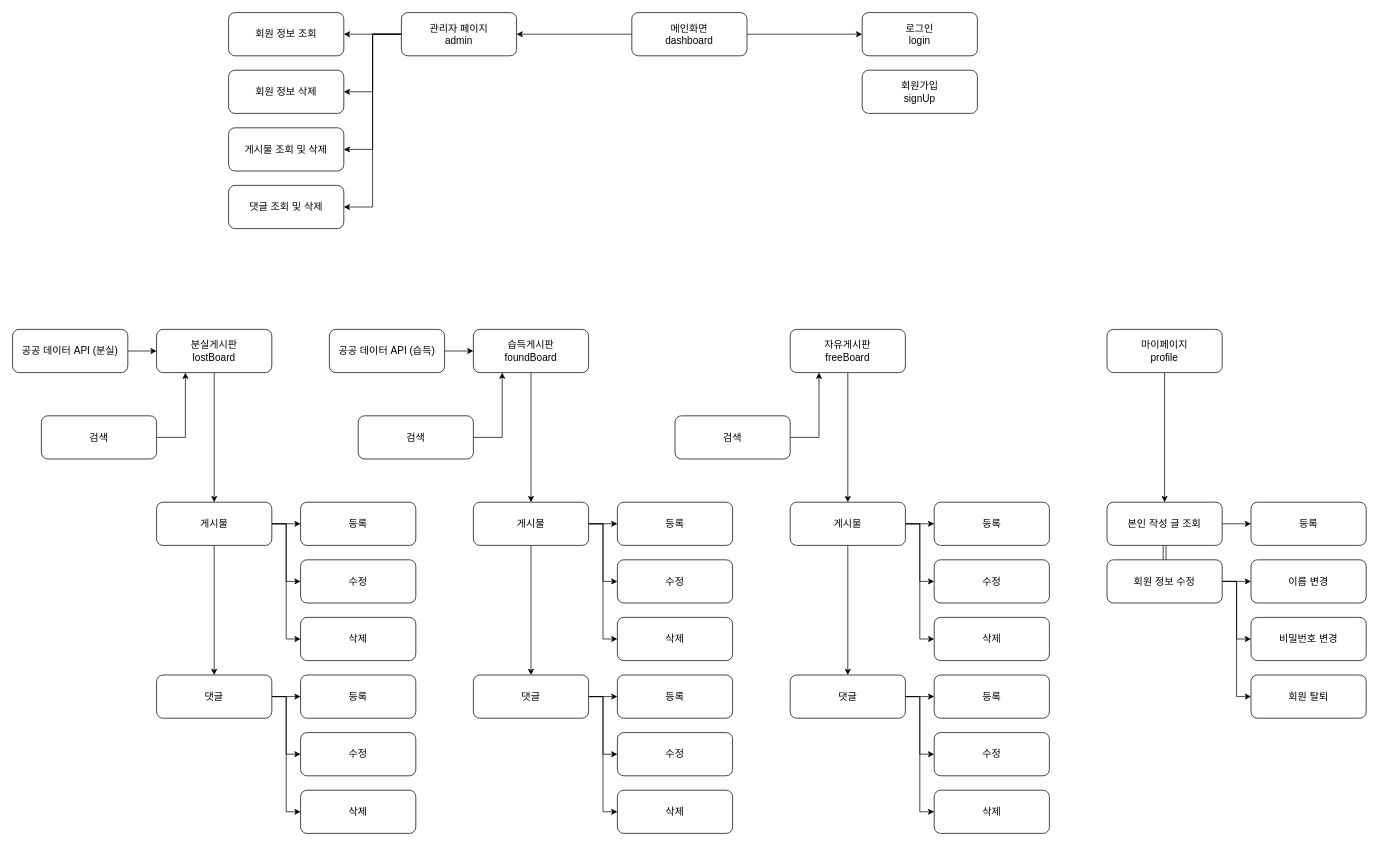
This is storyBoard.drawio from prnsslcn/lostAndFound, a draw.io file, before an edit. Source tidied: cells renumbered, new cells numbered last; positions are measured from the earlier drawing's top-left corner, leaving out a move shared by most shapes. Both pictures are drawn from the tidied source at 72%, with x=0, y=0 at pixel (12, 12).
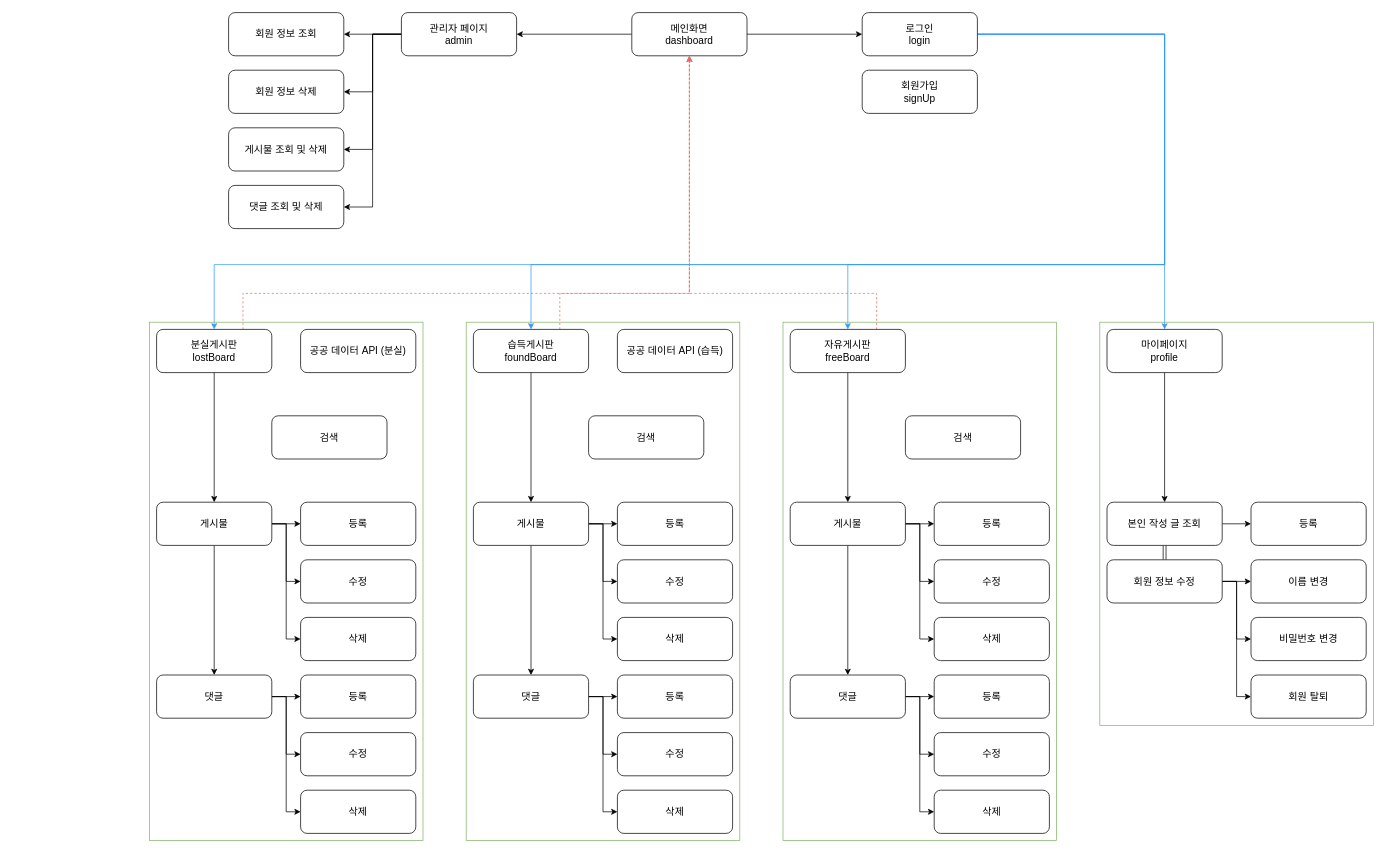
Above is the later version.

The change refers to these unchanged cells:
```xml
<mxCell id="4" value="&lt;font style=&quot;font-size: 14px;&quot;&gt;메인화면&lt;/font&gt;&lt;div&gt;&lt;font style=&quot;font-size: 14px;&quot;&gt;dashboard&lt;/font&gt;&lt;/div&gt;" style="rounded=1;whiteSpace=wrap;html=1;" parent="1" vertex="1">
  <mxGeometry x="860" width="160" height="60" as="geometry" />
</mxCell>
<mxCell id="14" value="&lt;span style=&quot;font-size: 14px;&quot;&gt;로그인&lt;/span&gt;&lt;div&gt;&lt;span style=&quot;font-size: 14px;&quot;&gt;login&lt;/span&gt;&lt;/div&gt;" style="rounded=1;whiteSpace=wrap;html=1;" parent="1" vertex="1">
  <mxGeometry x="1180" width="160" height="60" as="geometry" />
</mxCell>
<mxCell id="17" value="&lt;span style=&quot;font-size: 14px;&quot;&gt;분실게시판&lt;/span&gt;&lt;div&gt;&lt;span style=&quot;font-size: 14px;&quot;&gt;lostBoard&lt;/span&gt;&lt;/div&gt;" style="rounded=1;whiteSpace=wrap;html=1;" parent="1" vertex="1">
  <mxGeometry x="200" y="440" width="160" height="60" as="geometry" />
</mxCell>
<mxCell id="34" value="&lt;span style=&quot;font-size: 14px;&quot;&gt;습득게시판&lt;/span&gt;&lt;div&gt;&lt;span style=&quot;font-size: 14px;&quot;&gt;foundBoard&lt;/span&gt;&lt;/div&gt;" style="rounded=1;whiteSpace=wrap;html=1;" parent="1" vertex="1">
  <mxGeometry x="640" y="440" width="160" height="60" as="geometry" />
</mxCell>
<mxCell id="51" value="&lt;span style=&quot;font-size: 14px;&quot;&gt;자유게시판&lt;/span&gt;&lt;div&gt;&lt;span style=&quot;font-size: 14px;&quot;&gt;freeBoard&lt;/span&gt;&lt;/div&gt;" style="rounded=1;whiteSpace=wrap;html=1;" parent="1" vertex="1">
  <mxGeometry x="1080" y="440" width="160" height="60" as="geometry" />
</mxCell>
<mxCell id="78" value="&lt;span style=&quot;font-size: 14px;&quot;&gt;마이페이지&lt;/span&gt;&lt;div&gt;&lt;span style=&quot;font-size: 14px;&quot;&gt;profile&lt;/span&gt;&lt;/div&gt;" style="rounded=1;whiteSpace=wrap;html=1;" parent="1" vertex="1">
  <mxGeometry x="1520" y="440" width="160" height="60" as="geometry" />
</mxCell>
```

The edit, as a diff of the source:
```diff
@@
+    <mxCell id="90" style="edgeStyle=orthogonalEdgeStyle;rounded=0;jettySize=auto;html=1;exitX=1;exitY=0.5;exitDx=0;exitDy=0;entryX=0.5;entryY=0;entryDx=0;entryDy=0;strokeColor=#3399FF;" parent="1" edge="1" source="14" target="78">
+      <mxGeometry relative="1" as="geometry" />
+    </mxCell>
+    <mxCell id="91" style="edgeStyle=orthogonalEdgeStyle;rounded=0;jettySize=auto;html=1;exitX=1;exitY=0.5;exitDx=0;exitDy=0;entryX=0.5;entryY=0;entryDx=0;entryDy=0;strokeColor=#3399FF;" parent="1" edge="1" source="14" target="51">
+      <mxGeometry relative="1" as="geometry">
+        <Array as="points">
+          <mxPoint x="1600" y="30" />
+          <mxPoint x="1600" y="350" />
+          <mxPoint x="1160" y="350" />
+        </Array>
+      </mxGeometry>
+    </mxCell>
+    <mxCell id="92" style="edgeStyle=orthogonalEdgeStyle;rounded=0;jettySize=auto;html=1;exitX=1;exitY=0.5;exitDx=0;exitDy=0;entryX=0.5;entryY=0;entryDx=0;entryDy=0;strokeColor=#3399FF;" parent="1" edge="1" source="14" target="34">
+      <mxGeometry relative="1" as="geometry">
+        <Array as="points">
+          <mxPoint x="1600" y="30" />
+          <mxPoint x="1600" y="350" />
+          <mxPoint x="720" y="350" />
+        </Array>
+      </mxGeometry>
+    </mxCell>
+    <mxCell id="93" style="edgeStyle=orthogonalEdgeStyle;rounded=0;jettySize=auto;html=1;exitX=1;exitY=0.5;exitDx=0;exitDy=0;entryX=0.5;entryY=0;entryDx=0;entryDy=0;strokeColor=#3399FF;" parent="1" edge="1" source="14" target="17">
+      <mxGeometry relative="1" as="geometry">
+        <Array as="points">
+          <mxPoint x="1600" y="30" />
+          <mxPoint x="1600" y="350" />
+          <mxPoint x="280" y="350" />
+        </Array>
+      </mxGeometry>
+    </mxCell>
@@
+    <mxCell id="94" style="edgeStyle=orthogonalEdgeStyle;rounded=0;jettySize=auto;html=1;exitX=0.75;exitY=0;exitDx=0;exitDy=0;entryX=0.5;entryY=1;entryDx=0;entryDy=0;dashed=1;strokeColor=#EA6B66;" parent="1" edge="1" source="17" target="4">
+      <mxGeometry relative="1" as="geometry">
+        <Array as="points">
+          <mxPoint x="320" y="390" />
+          <mxPoint x="940" y="390" />
+        </Array>
+      </mxGeometry>
+    </mxCell>
@@
+    <mxCell id="95" style="edgeStyle=orthogonalEdgeStyle;rounded=0;jettySize=auto;html=1;exitX=0.75;exitY=0;exitDx=0;exitDy=0;entryX=0.5;entryY=1;entryDx=0;entryDy=0;dashed=1;strokeColor=#EA6B66;" parent="1" edge="1" source="34" target="4">
+      <mxGeometry relative="1" as="geometry">
+        <Array as="points">
+          <mxPoint x="760" y="390" />
+          <mxPoint x="940" y="390" />
+        </Array>
+      </mxGeometry>
+    </mxCell>
@@
+    <mxCell id="96" style="edgeStyle=orthogonalEdgeStyle;rounded=0;jettySize=auto;html=1;exitX=0.75;exitY=0;exitDx=0;exitDy=0;entryX=0.5;entryY=1;entryDx=0;entryDy=0;dashed=1;strokeColor=#EA6B66;" parent="1" edge="1" source="51" target="4">
+      <mxGeometry relative="1" as="geometry">
+        <Array as="points">
+          <mxPoint x="1200" y="390" />
+          <mxPoint x="940" y="390" />
+        </Array>
+      </mxGeometry>
+    </mxCell>
@@
-    <mxCell id="67" style="edgeStyle=orthogonalEdgeStyle;rounded=0;jettySize=auto;html=1;exitX=1;exitY=0.5;exitDx=0;exitDy=0;entryX=0;entryY=0.5;entryDx=0;entryDy=0;" parent="1" edge="1" source="68" target="17">
-      <mxGeometry relative="1" as="geometry" />
-    </mxCell>
     <mxCell id="68" value="&lt;span style=&quot;font-size: 14px;&quot;&gt;공공 데이터 API (분실)&lt;/span&gt;" style="rounded=1;whiteSpace=wrap;html=1;" parent="1" vertex="1">
-      <mxGeometry y="440" width="160" height="60" as="geometry" />
+      <mxGeometry x="400" y="440" width="160" height="60" as="geometry" />
     </mxCell>
-    <mxCell id="69" style="edgeStyle=orthogonalEdgeStyle;rounded=0;jettySize=auto;html=1;exitX=1;exitY=0.5;exitDx=0;exitDy=0;entryX=0;entryY=0.5;entryDx=0;entryDy=0;" parent="1" edge="1" source="70" target="34">
-      <mxGeometry relative="1" as="geometry" />
-    </mxCell>
     <mxCell id="70" value="&lt;span style=&quot;font-size: 14px;&quot;&gt;공공 데이터 API (습득)&lt;/span&gt;" style="rounded=1;whiteSpace=wrap;html=1;" parent="1" vertex="1">
-      <mxGeometry x="440" y="440" width="160" height="60" as="geometry" />
+      <mxGeometry x="840" y="440" width="160" height="60" as="geometry" />
     </mxCell>
-    <mxCell id="71" style="edgeStyle=orthogonalEdgeStyle;rounded=0;jettySize=auto;html=1;exitX=1;exitY=0.5;exitDx=0;exitDy=0;entryX=0.25;entryY=1;entryDx=0;entryDy=0;" parent="1" edge="1" source="72" target="17">
-      <mxGeometry relative="1" as="geometry" />
-    </mxCell>
     <mxCell id="72" value="&lt;span style=&quot;font-size: 14px;&quot;&gt;검색&lt;/span&gt;" style="rounded=1;whiteSpace=wrap;html=1;" parent="1" vertex="1">
-      <mxGeometry x="40" y="560" width="160" height="60" as="geometry" />
+      <mxGeometry x="360" y="560" width="160" height="60" as="geometry" />
     </mxCell>
-    <mxCell id="73" style="edgeStyle=orthogonalEdgeStyle;rounded=0;jettySize=auto;html=1;exitX=1;exitY=0.5;exitDx=0;exitDy=0;entryX=0.25;entryY=1;entryDx=0;entryDy=0;" parent="1" edge="1" source="74" target="34">
-      <mxGeometry relative="1" as="geometry" />
-    </mxCell>
     <mxCell id="74" value="&lt;span style=&quot;font-size: 14px;&quot;&gt;검색&lt;/span&gt;" style="rounded=1;whiteSpace=wrap;html=1;" parent="1" vertex="1">
-      <mxGeometry x="480" y="560" width="160" height="60" as="geometry" />
+      <mxGeometry x="800" y="560" width="160" height="60" as="geometry" />
     </mxCell>
-    <mxCell id="75" style="edgeStyle=orthogonalEdgeStyle;rounded=0;jettySize=auto;html=1;exitX=1;exitY=0.5;exitDx=0;exitDy=0;entryX=0.25;entryY=1;entryDx=0;entryDy=0;" parent="1" edge="1" source="76" target="51">
-      <mxGeometry relative="1" as="geometry" />
-    </mxCell>
     <mxCell id="76" value="&lt;span style=&quot;font-size: 14px;&quot;&gt;검색&lt;/span&gt;" style="rounded=1;whiteSpace=wrap;html=1;" parent="1" vertex="1">
-      <mxGeometry x="920" y="560" width="160" height="60" as="geometry" />
+      <mxGeometry x="1240" y="560" width="160" height="60" as="geometry" />
     </mxCell>
@@
+    <mxCell id="97" style="rounded=0;whiteSpace=wrap;html=1;fillColor=none;strokeColor=#82b366;" parent="1" vertex="1">
+      <mxGeometry x="190" y="430" width="380" height="720" as="geometry" />
+    </mxCell>
+    <mxCell id="98" style="rounded=0;whiteSpace=wrap;html=1;fillColor=none;strokeColor=#82b366;" parent="1" vertex="1">
+      <mxGeometry x="630" y="430" width="380" height="720" as="geometry" />
+    </mxCell>
+    <mxCell id="99" style="rounded=0;whiteSpace=wrap;html=1;fillColor=none;strokeColor=#82b366;" parent="1" vertex="1">
+      <mxGeometry x="1070" y="430" width="380" height="720" as="geometry" />
+    </mxCell>
+    <mxCell id="100" style="rounded=0;whiteSpace=wrap;html=1;fillColor=none;strokeColor=#82b366;" parent="1" vertex="1">
+      <mxGeometry x="1510" y="430" width="380" height="560" as="geometry" />
+    </mxCell>
```
